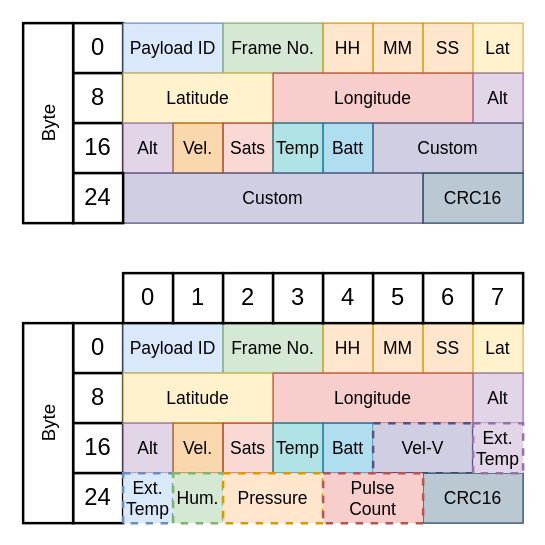
Above: doc/horusv2_packet_format.drawio in projecthorus/horusdemodlib (draw.io), before the change. Source tidied: cells renumbered, new cells numbered last; positions are measured from the earlier drawing's top-left corner, leaving out a move shared by most shapes. Both pictures are drawn from the tidied source at 125%, with x=0, y=0 at pixel (-52, 22).
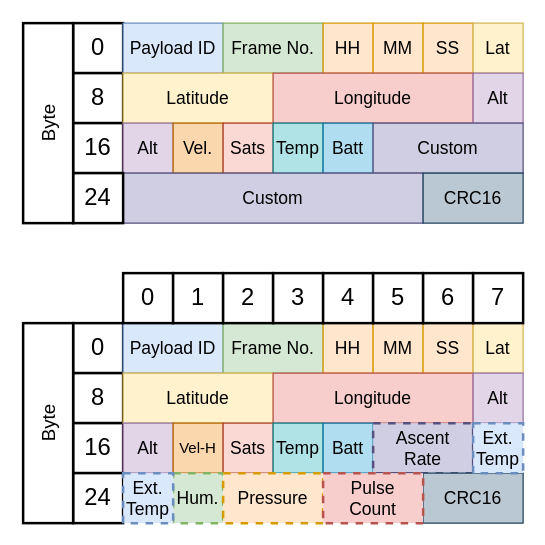
After the change.

Commit message:
Add Horus V2 packet format diagram

Change to the diagram source:
```diff
@@
-    <mxCell id="37" value="&lt;font style=&quot;font-size: 14px;&quot;&gt;Vel.&lt;/font&gt;" style="rounded=0;whiteSpace=wrap;html=1;fillColor=#fad7ac;strokeColor=#b46504;" parent="1" vertex="1">
+    <mxCell id="37" value="Vel-H" style="rounded=0;whiteSpace=wrap;html=1;fillColor=#fad7ac;strokeColor=#b46504;" parent="1" vertex="1">
       <mxGeometry x="180" y="320" width="40" height="40" as="geometry" />
     </mxCell>
@@
-    <mxCell id="41" value="&lt;font style=&quot;font-size: 14px;&quot;&gt;Vel-V&lt;/font&gt;" style="rounded=0;whiteSpace=wrap;html=1;fillColor=#d0cee2;strokeColor=#56517e;strokeWidth=2;dashed=1;" parent="1" vertex="1">
+    <mxCell id="41" value="&lt;font style=&quot;font-size: 14px;&quot;&gt;Ascent&lt;br&gt;Rate&lt;br&gt;&lt;/font&gt;" style="rounded=0;whiteSpace=wrap;html=1;fillColor=#d0cee2;strokeColor=#56517e;strokeWidth=2;dashed=1;" parent="1" vertex="1">
       <mxGeometry x="340" y="320" width="80" height="40" as="geometry" />
     </mxCell>
@@
-    <mxCell id="45" value="&lt;font style=&quot;font-size: 14px;&quot;&gt;Ext.&lt;br&gt;Temp&lt;/font&gt;" style="rounded=0;whiteSpace=wrap;html=1;fillColor=#e1d5e7;strokeColor=#9673a6;strokeWidth=2;dashed=1;" parent="1" vertex="1">
+    <mxCell id="45" value="&lt;font style=&quot;font-size: 14px;&quot;&gt;Ext.&lt;br&gt;Temp&lt;/font&gt;" style="rounded=0;whiteSpace=wrap;html=1;fillColor=#dae8fc;strokeColor=#6c8ebf;strokeWidth=2;dashed=1;" parent="1" vertex="1">
       <mxGeometry x="420" y="320" width="40" height="40" as="geometry" />
     </mxCell>
-    <mxCell id="46" value="&lt;font style=&quot;font-size: 14px;&quot;&gt;Ext.&lt;br&gt;Temp&lt;/font&gt;" style="rounded=0;whiteSpace=wrap;html=1;fillColor=#dae8fc;strokeColor=#6c8ebf;strokeWidth=2;dashed=1;" parent="1" vertex="1">
-      <mxGeometry x="140" y="360" width="40" height="40" as="geometry" />
-    </mxCell>
@@
+    <mxCell id="46" value="&lt;font style=&quot;font-size: 14px;&quot;&gt;Ext.&lt;br&gt;Temp&lt;/font&gt;" style="rounded=0;whiteSpace=wrap;html=1;fillColor=#dae8fc;strokeColor=#6c8ebf;strokeWidth=2;dashed=1;" parent="1" vertex="1">
+      <mxGeometry x="140" y="360" width="40" height="40" as="geometry" />
+    </mxCell>
```
